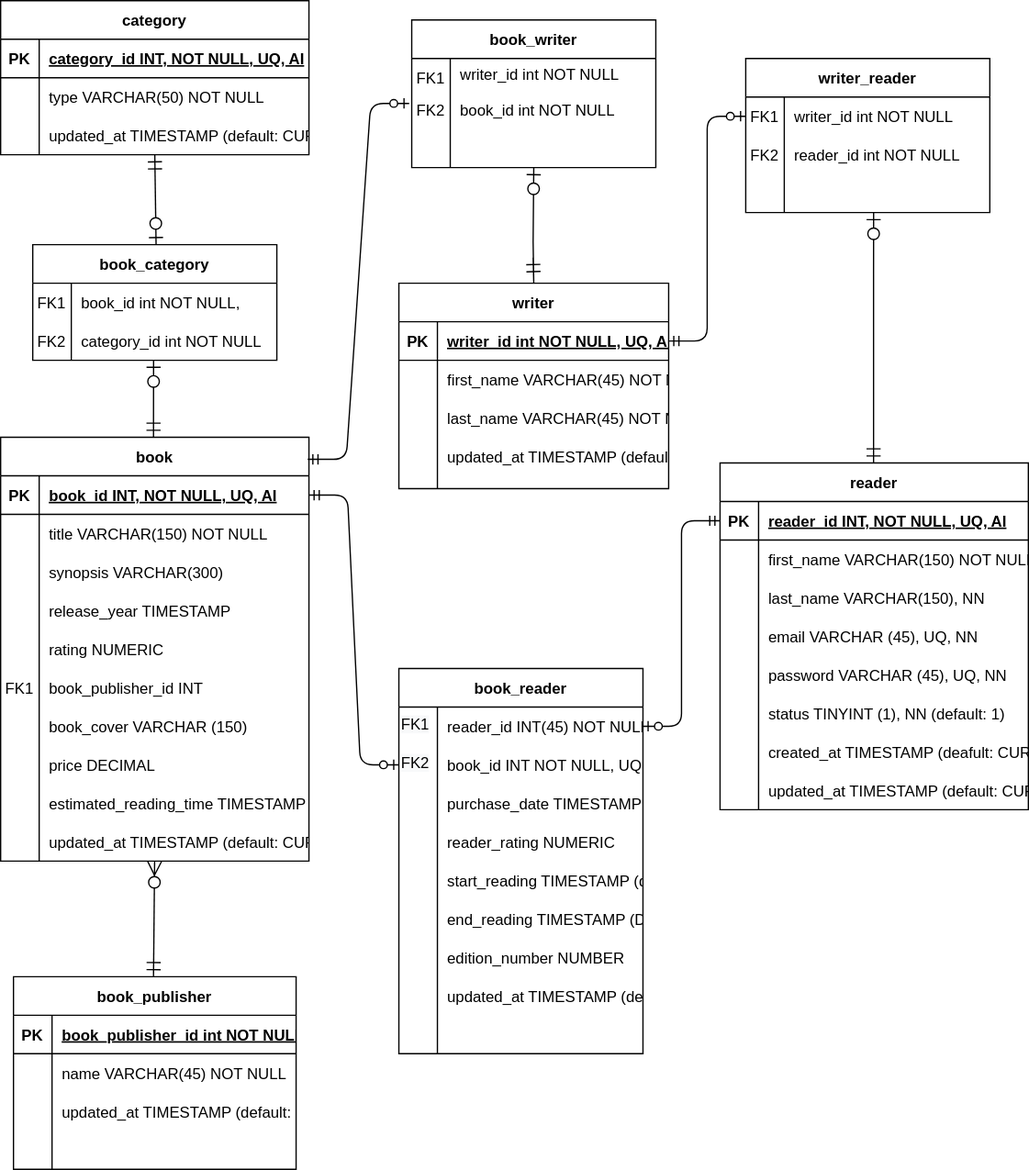
This is Data_Base_Diagram.svg from CristianaCostaPereira/BooketList, a draw.io export, as it was before one commit. Source tidied: cells renumbered, new cells last; positions are measured from the earlier drawing's top-left corner, leaving out a move shared by most shapes.
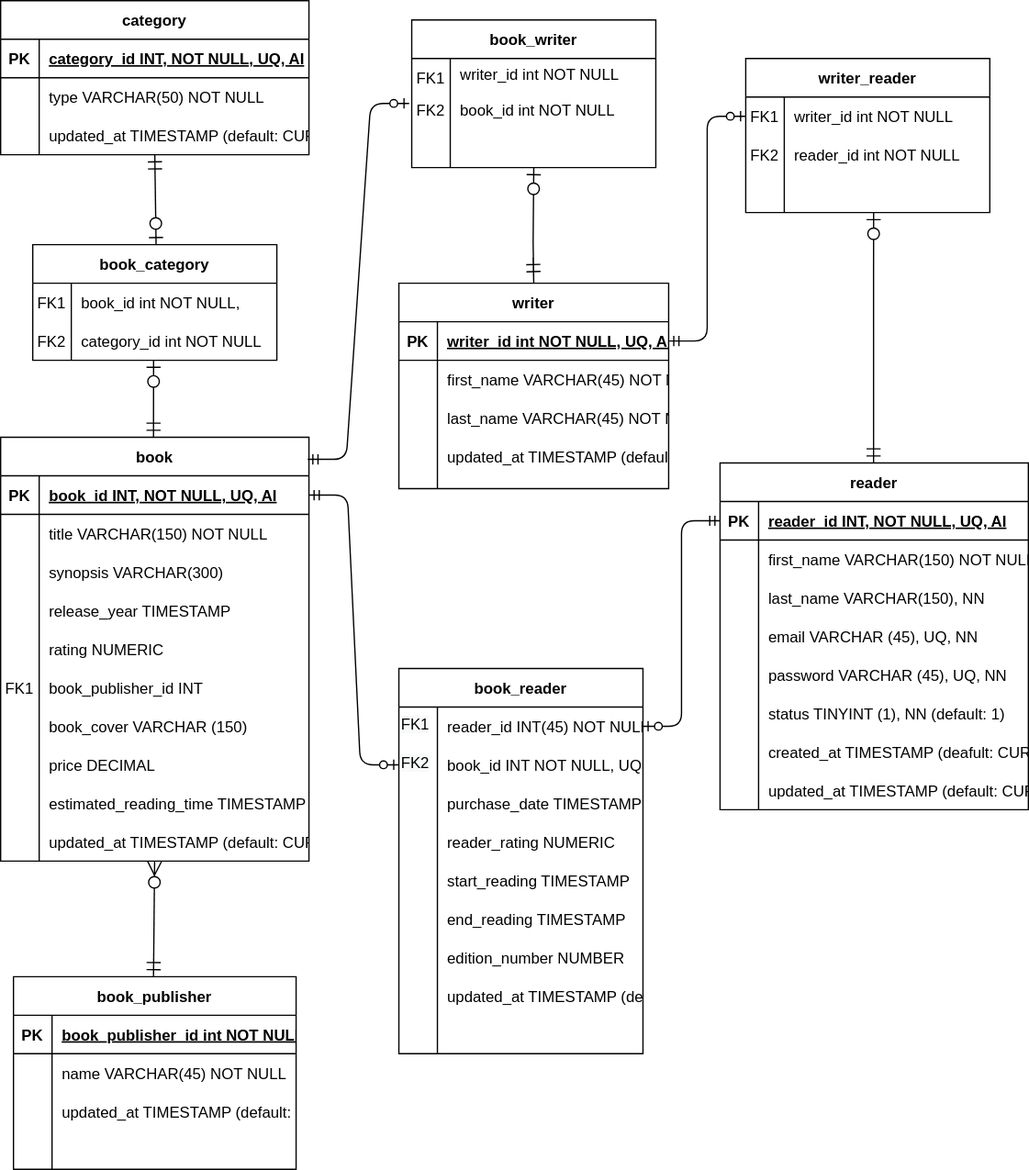
Later version of the same file.

Diff of the diagram source:
```diff
@@ -287,7 +287,7 @@
     <mxCell id="90" value="&#10;&#10;&lt;span style=&quot;color: rgb(0, 0, 0); font-family: helvetica; font-size: 12px; font-style: normal; font-weight: 400; letter-spacing: normal; text-align: left; text-indent: 0px; text-transform: none; word-spacing: 0px; background-color: rgb(248, 249, 250); display: inline; float: none;&quot;&gt;category_id int NOT NULL&lt;/span&gt;&#10;&#10;" style="shape=partialRectangle;overflow=hidden;fillColor=none;top=0;left=0;bottom=0;right=0;" parent="89" vertex="1">
       <mxGeometry width="30" height="30" as="geometry" />
     </mxCell>
-    <mxCell id="91" value="purchase_date TIMESTAMP (default: NULL)" style="shape=partialRectangle;overflow=hidden;fillColor=none;top=0;left=0;bottom=0;right=0;align=left;spacingLeft=6;" parent="89" vertex="1">
+    <mxCell id="91" value="purchase_date TIMESTAMP " style="shape=partialRectangle;overflow=hidden;fillColor=none;top=0;left=0;bottom=0;right=0;align=left;spacingLeft=6;" parent="89" vertex="1">
       <mxGeometry x="30" width="160" height="30" as="geometry" />
     </mxCell>
     <mxCell id="92" style="shape=partialRectangle;fillColor=none;top=0;left=0;right=0;bottom=0;" parent="82" vertex="1">
@@ -305,7 +305,7 @@
     <mxCell id="96" value="&#10;&#10;&lt;span style=&quot;color: rgb(0, 0, 0); font-family: helvetica; font-size: 12px; font-style: normal; font-weight: 400; letter-spacing: normal; text-align: left; text-indent: 0px; text-transform: none; word-spacing: 0px; background-color: rgb(248, 249, 250); display: inline; float: none;&quot;&gt;category_id int NOT NULL&lt;/span&gt;&#10;&#10;" style="shape=partialRectangle;overflow=hidden;fillColor=none;top=0;left=0;bottom=0;right=0;" parent="95" vertex="1">
       <mxGeometry width="30" height="30" as="geometry" />
     </mxCell>
-    <mxCell id="97" value="start_reading TIMESTAMP (default: CURRENTTIMESTAMP)" style="shape=partialRectangle;overflow=hidden;fillColor=none;top=0;left=0;bottom=0;right=0;align=left;spacingLeft=6;" parent="95" vertex="1">
+    <mxCell id="97" value="start_reading TIMESTAMP" style="shape=partialRectangle;overflow=hidden;fillColor=none;top=0;left=0;bottom=0;right=0;align=left;spacingLeft=6;" parent="95" vertex="1">
       <mxGeometry x="30" width="160" height="30" as="geometry" />
     </mxCell>
     <mxCell id="98" style="shape=partialRectangle;fillColor=none;top=0;left=0;right=0;bottom=0;" parent="82" vertex="1">
@@ -314,7 +314,7 @@
     <mxCell id="99" value="&#10;&#10;&lt;span style=&quot;color: rgb(0, 0, 0); font-family: helvetica; font-size: 12px; font-style: normal; font-weight: 400; letter-spacing: normal; text-align: left; text-indent: 0px; text-transform: none; word-spacing: 0px; background-color: rgb(248, 249, 250); display: inline; float: none;&quot;&gt;category_id int NOT NULL&lt;/span&gt;&#10;&#10;" style="shape=partialRectangle;overflow=hidden;fillColor=none;top=0;left=0;bottom=0;right=0;" parent="98" vertex="1">
       <mxGeometry width="30" height="30" as="geometry" />
     </mxCell>
-    <mxCell id="100" value="end_reading TIMESTAMP (Default: CURRENTE TIMESTAMP)" style="shape=partialRectangle;overflow=hidden;fillColor=none;top=0;left=0;bottom=0;right=0;align=left;spacingLeft=6;" parent="98" vertex="1">
+    <mxCell id="100" value="end_reading TIMESTAMP " style="shape=partialRectangle;overflow=hidden;fillColor=none;top=0;left=0;bottom=0;right=0;align=left;spacingLeft=6;" parent="98" vertex="1">
       <mxGeometry x="30" width="160" height="30" as="geometry" />
     </mxCell>
     <mxCell id="101" style="shape=partialRectangle;fillColor=none;top=0;left=0;right=0;bottom=0;" parent="82" vertex="1">
```
